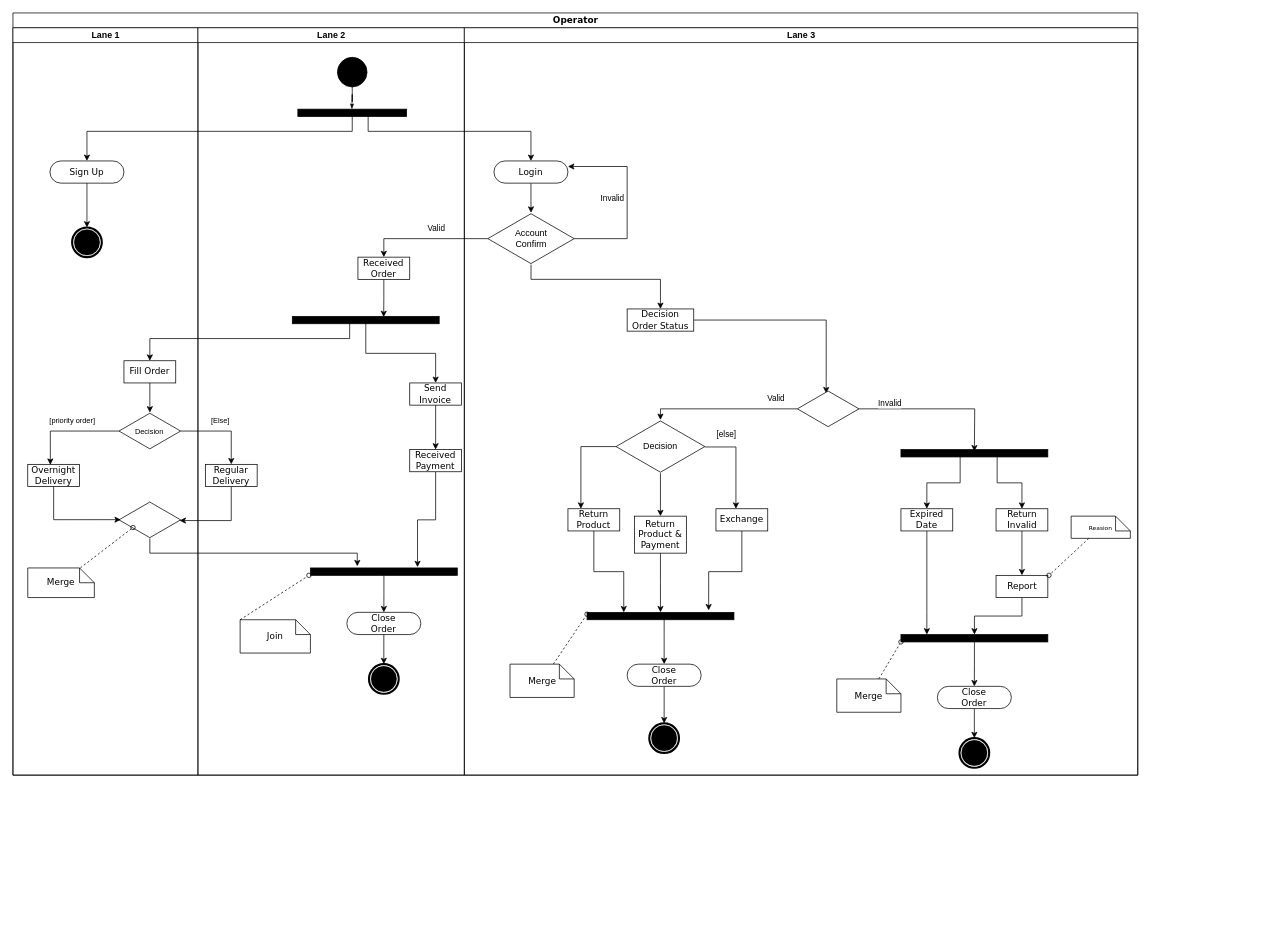
Before: uml/Operator.drawio in AndyFCui/OnlineShop-Database, a draw.io diagram. Source tidied: cells renumbered, new cells numbered last; positions are measured from the earlier drawing's top-left corner, leaving out a move shared by most shapes. Both pictures are drawn from the tidied source at 74%, with x=0, y=0 at pixel (13, 13).
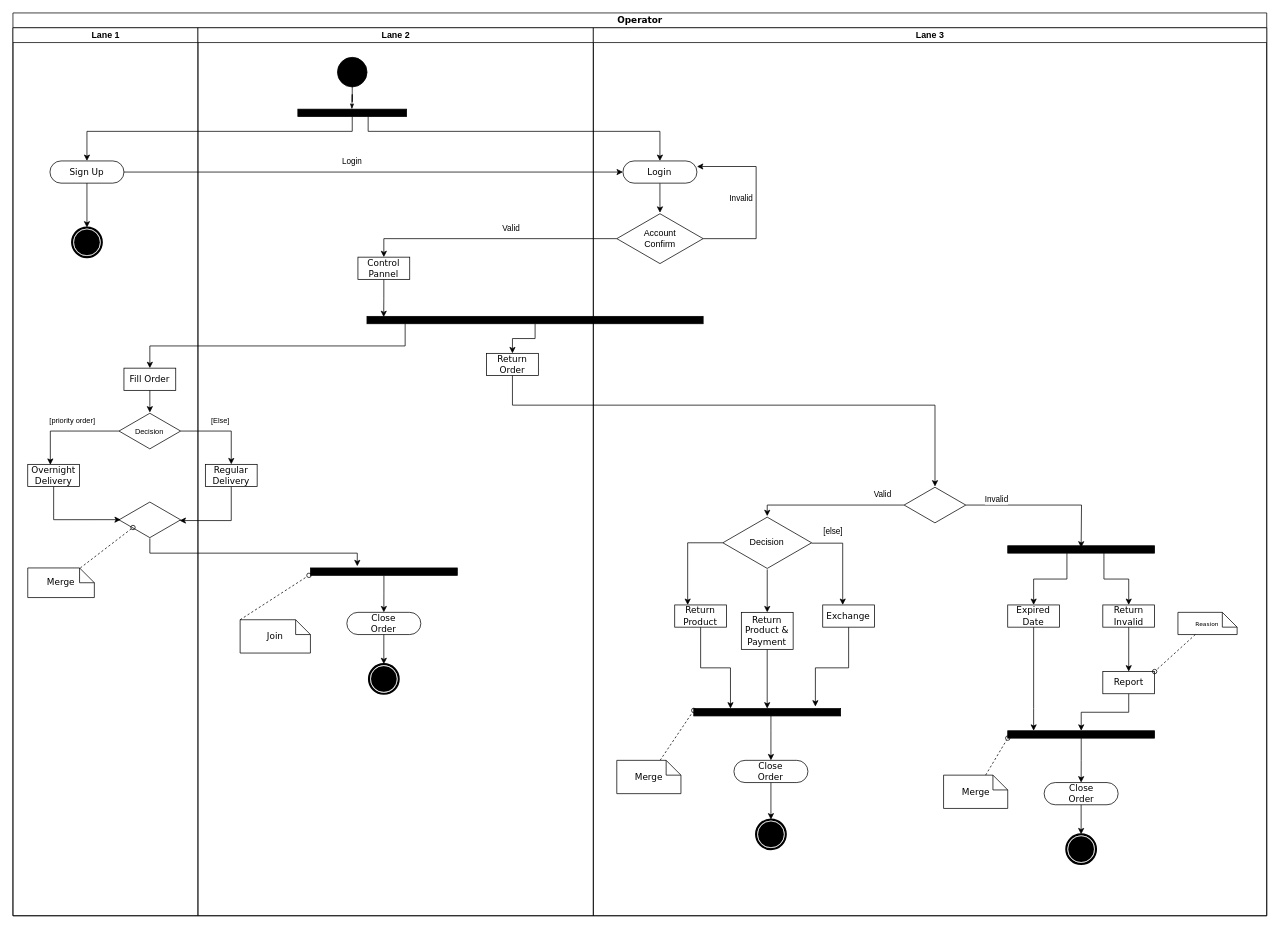
After the change.

Unchanged cells that the change refers to:
```xml
<mxCell id="4" value="Sign Up" style="rounded=1;whiteSpace=wrap;html=1;shadow=0;comic=0;labelBackgroundColor=none;strokeWidth=1;fontFamily=Verdana;fontSize=12;align=center;arcSize=50;" parent="3" vertex="1">
  <mxGeometry x="50" y="180" width="100" height="30" as="geometry" />
</mxCell>
<mxCell id="11" style="whiteSpace=wrap;html=1;rounded=0;shadow=0;comic=0;labelBackgroundColor=none;strokeWidth=1;fillColor=#000000;fontFamily=Verdana;fontSize=12;align=center;rotation=0;" parent="8" vertex="1">
  <mxGeometry x="135" y="110" width="147" height="10" as="geometry" />
</mxCell>
<mxCell id="13" value="Decision" style="html=1;whiteSpace=wrap;shape=isoRectangle;fontSize=10;" parent="8" vertex="1">
  <mxGeometry x="-106.7" y="520" width="83.3" height="50" as="geometry" />
</mxCell>
<mxCell id="28" style="whiteSpace=wrap;html=1;rounded=0;shadow=0;comic=0;labelBackgroundColor=none;strokeWidth=1;fillColor=#000000;fontFamily=Verdana;fontSize=12;align=center;rotation=0;" parent="8" vertex="1">
  <mxGeometry x="152" y="730" width="198.5" height="10" as="geometry" />
</mxCell>
<mxCell id="46" value="Login" style="rounded=1;whiteSpace=wrap;html=1;shadow=0;comic=0;labelBackgroundColor=none;strokeWidth=1;fontFamily=Verdana;fontSize=12;align=center;arcSize=50;" parent="44" vertex="1">
  <mxGeometry x="40" y="180" width="100" height="30" as="geometry" />
</mxCell>
<mxCell id="49" value="Account&lt;br&gt;Confirm" style="html=1;whiteSpace=wrap;shape=isoRectangle;" parent="44" vertex="1">
  <mxGeometry x="31.7" y="250" width="116.7" height="70" as="geometry" />
</mxCell>
```

The edit, as a diff of the source:
```diff
@@
     <mxCell id="2" value="Operator" style="swimlane;html=1;startSize=20;rounded=0;shadow=0;comic=0;labelBackgroundColor=none;strokeWidth=1;fontFamily=Verdana;fontSize=12;align=center;" parent="1" vertex="1">
-      <mxGeometry width="1520" height="1030" as="geometry" />
+      <mxGeometry width="1694.3" height="1220" as="geometry" />
     </mxCell>
     <mxCell id="3" value="Lane 1" style="swimlane;html=1;startSize=20;" parent="2" vertex="1">
-      <mxGeometry y="20" width="250" height="1010" as="geometry" />
+      <mxGeometry y="20" width="250" height="1200" as="geometry" />
     </mxCell>
@@
+    <mxCell id="12" value="Fill Order" style="rounded=0;whiteSpace=wrap;html=1;shadow=0;comic=0;labelBackgroundColor=none;strokeWidth=1;fontFamily=Verdana;fontSize=12;align=center;arcSize=50;" parent="3" vertex="1">
+      <mxGeometry x="150" y="460" width="70" height="30" as="geometry" />
+    </mxCell>
     <mxCell id="8" value="Lane 2" style="swimlane;html=1;startSize=20;" parent="2" vertex="1">
-      <mxGeometry x="250" y="20" width="360" height="1010" as="geometry" />
+      <mxGeometry x="250" y="20" width="534.3" height="1200" as="geometry" />
     </mxCell>
@@
-    <mxCell id="12" value="Fill Order" style="rounded=0;whiteSpace=wrap;html=1;shadow=0;comic=0;labelBackgroundColor=none;strokeWidth=1;fontFamily=Verdana;fontSize=12;align=center;arcSize=50;" parent="8" vertex="1">
-      <mxGeometry x="-100" y="450" width="70" height="30" as="geometry" />
-    </mxCell>
@@
-    <mxCell id="14" style="edgeStyle=orthogonalEdgeStyle;rounded=0;jettySize=auto;html=1;fontSize=10;endArrow=classic;endFill=1;" parent="8" edge="1" source="12" target="13">
-      <mxGeometry relative="1" as="geometry" />
-    </mxCell>
@@
-    <mxCell id="25" style="edgeStyle=orthogonalEdgeStyle;rounded=0;jettySize=auto;html=1;entryX=0.5;entryY=0;entryDx=0;entryDy=0;" parent="8" edge="1" source="26" target="27">
-      <mxGeometry relative="1" as="geometry" />
-    </mxCell>
-    <mxCell id="26" style="whiteSpace=wrap;html=1;rounded=0;shadow=0;comic=0;labelBackgroundColor=none;strokeWidth=1;fillColor=#000000;fontFamily=Verdana;fontSize=12;align=center;rotation=0;" parent="8" vertex="1">
-      <mxGeometry x="127.5" y="390" width="198.5" height="10" as="geometry" />
-    </mxCell>
-    <mxCell id="27" value="Send Invoice" style="rounded=0;whiteSpace=wrap;html=1;shadow=0;comic=0;labelBackgroundColor=none;strokeWidth=1;fontFamily=Verdana;fontSize=12;align=center;arcSize=50;" parent="8" vertex="1">
-      <mxGeometry x="286.2" y="480" width="70" height="30" as="geometry" />
-    </mxCell>
@@
-    <mxCell id="29" style="edgeStyle=orthogonalEdgeStyle;rounded=0;jettySize=auto;html=1;entryX=0.729;entryY=-0.112;entryDx=0;entryDy=0;entryPerimeter=0;fontSize=10;endArrow=classic;endFill=1;" parent="8" edge="1" source="30" target="28">
-      <mxGeometry relative="1" as="geometry" />
-    </mxCell>
-    <mxCell id="30" value="Received&lt;br&gt;Payment" style="rounded=0;whiteSpace=wrap;html=1;shadow=0;comic=0;labelBackgroundColor=none;strokeWidth=1;fontFamily=Verdana;fontSize=12;align=center;arcSize=50;" parent="8" vertex="1">
-      <mxGeometry x="286.2" y="570" width="70" height="30" as="geometry" />
-    </mxCell>
-    <mxCell id="31" style="edgeStyle=orthogonalEdgeStyle;rounded=0;jettySize=auto;html=1;entryX=0.5;entryY=0;entryDx=0;entryDy=0;fontSize=10;endArrow=classic;endFill=1;" parent="8" edge="1" source="26" target="12">
-      <mxGeometry relative="1" as="geometry">
-        <Array as="points">
-          <mxPoint x="205" y="420" />
-          <mxPoint x="-65" y="420" />
-        </Array>
-      </mxGeometry>
-    </mxCell>
@@
-    <mxCell id="33" style="edgeStyle=orthogonalEdgeStyle;rounded=0;jettySize=auto;html=1;entryX=0.5;entryY=0;entryDx=0;entryDy=0;fontSize=10;endArrow=classic;endFill=1;" parent="8" edge="1" source="27" target="30">
-      <mxGeometry relative="1" as="geometry" />
-    </mxCell>
@@
-    <mxCell id="35" style="edgeStyle=orthogonalEdgeStyle;rounded=0;jettySize=auto;html=1;entryX=0.622;entryY=0.1;entryDx=0;entryDy=0;entryPerimeter=0;" parent="8" edge="1" source="36" target="26">
-      <mxGeometry relative="1" as="geometry" />
+    <mxCell id="35" style="edgeStyle=orthogonalEdgeStyle;rounded=0;jettySize=auto;html=1;entryX=0.622;entryY=0.1;entryDx=0;entryDy=0;entryPerimeter=0;" parent="8" edge="1" source="36">
+      <mxGeometry relative="1" as="geometry">
+        <mxPoint x="251" y="391" as="targetPoint" />
+      </mxGeometry>
     </mxCell>
-    <mxCell id="36" value="Received&lt;br&gt;Order" style="rounded=0;whiteSpace=wrap;html=1;shadow=0;comic=0;labelBackgroundColor=none;strokeWidth=1;fontFamily=Verdana;fontSize=12;align=center;arcSize=50;" parent="8" vertex="1">
+    <mxCell id="36" value="Control Pannel" style="rounded=0;whiteSpace=wrap;html=1;shadow=0;comic=0;labelBackgroundColor=none;strokeWidth=1;fontFamily=Verdana;fontSize=12;align=center;arcSize=50;" parent="8" vertex="1">
       <mxGeometry x="216.2" y="310" width="70" height="30" as="geometry" />
     </mxCell>
@@
+    <mxCell id="93" value="Return Order" style="rounded=0;whiteSpace=wrap;html=1;shadow=0;comic=0;labelBackgroundColor=none;strokeWidth=1;fontFamily=Verdana;fontSize=12;align=center;arcSize=50;" parent="8" vertex="1">
+      <mxGeometry x="390" y="440" width="70" height="30" as="geometry" />
+    </mxCell>
     <mxCell id="39" style="edgeStyle=orthogonalEdgeStyle;rounded=0;jettySize=auto;html=1;entryX=0.5;entryY=0;entryDx=0;entryDy=0;" parent="2" edge="1" source="11" target="46">
       <mxGeometry relative="1" as="geometry">
         <Array as="points">
           <mxPoint x="480" y="160" />
-          <mxPoint x="700" y="160" />
+          <mxPoint x="874" y="160" />
         </Array>
       </mxGeometry>
     </mxCell>
@@
+    <mxCell id="94" style="edgeStyle=orthogonalEdgeStyle;rounded=0;jettySize=auto;html=1;entryX=0;entryY=0.5;entryDx=0;entryDy=0;" parent="2" edge="1" source="4" target="46">
+      <mxGeometry relative="1" as="geometry" />
+    </mxCell>
+    <mxCell id="95" value="Login" style="edgeLabel;html=1;align=center;verticalAlign=middle;" parent="94" vertex="1">
+      <mxGeometry x="-0.11" y="3" relative="1" as="geometry">
+        <mxPoint x="7" y="-12" as="offset" />
+      </mxGeometry>
+    </mxCell>
     <mxCell id="44" value="Lane 3" style="swimlane;html=1;startSize=20;" parent="2" vertex="1">
-      <mxGeometry x="610" y="20" width="910" height="1010" as="geometry" />
+      <mxGeometry x="784.3" y="20" width="910" height="1200" as="geometry" />
     </mxCell>
@@
-    <mxCell id="48" style="edgeStyle=orthogonalEdgeStyle;rounded=0;jettySize=auto;html=1;" parent="44" edge="1" source="49" target="51">
-      <mxGeometry relative="1" as="geometry">
-        <Array as="points">
-          <mxPoint x="90" y="340" />
-          <mxPoint x="265" y="340" />
-        </Array>
-      </mxGeometry>
-    </mxCell>
@@
-    <mxCell id="50" style="edgeStyle=orthogonalEdgeStyle;rounded=0;jettySize=auto;html=1;entryX=0.468;entryY=0.08;entryDx=0;entryDy=0;entryPerimeter=0;" parent="44" edge="1" source="51" target="54">
-      <mxGeometry relative="1" as="geometry" />
-    </mxCell>
-    <mxCell id="51" value="Decision&lt;br&gt;Order Status" style="rounded=0;whiteSpace=wrap;html=1;shadow=0;comic=0;labelBackgroundColor=none;strokeWidth=1;fontFamily=Verdana;fontSize=12;align=center;arcSize=50;" parent="44" vertex="1">
-      <mxGeometry x="220" y="380" width="90" height="30" as="geometry" />
-    </mxCell>
     <mxCell id="52" style="edgeStyle=orthogonalEdgeStyle;rounded=0;jettySize=auto;html=1;" parent="44" edge="1" source="54" target="88">
       <mxGeometry relative="1" as="geometry">
         <Array as="points">
-          <mxPoint x="265" y="515" />
+          <mxPoint x="235" y="645" />
         </Array>
       </mxGeometry>
     </mxCell>
@@
     <mxCell id="54" style="html=1;whiteSpace=wrap;shape=isoRectangle;fontSize=10;" parent="44" vertex="1">
-      <mxGeometry x="450" y="490" width="83.3" height="50" as="geometry" />
+      <mxGeometry x="420" y="620" width="83.3" height="50" as="geometry" />
     </mxCell>
@@
     <mxCell id="56" value="Return Invalid" style="rounded=0;whiteSpace=wrap;html=1;shadow=0;comic=0;labelBackgroundColor=none;strokeWidth=1;fontFamily=Verdana;fontSize=12;align=center;arcSize=50;" parent="44" vertex="1">
-      <mxGeometry x="718.5" y="650" width="70" height="30" as="geometry" />
+      <mxGeometry x="688.5" y="780" width="70" height="30" as="geometry" />
     </mxCell>
     <mxCell id="57" style="edgeStyle=orthogonalEdgeStyle;rounded=0;jettySize=auto;html=1;entryX=0.5;entryY=0;entryDx=0;entryDy=0;" parent="44" edge="1" source="59" target="61">
       <mxGeometry relative="1" as="geometry">
         <Array as="points">
-          <mxPoint x="670" y="615" />
-          <mxPoint x="625" y="615" />
+          <mxPoint x="640" y="745" />
+          <mxPoint x="595" y="745" />
         </Array>
       </mxGeometry>
     </mxCell>
     <mxCell id="58" style="edgeStyle=orthogonalEdgeStyle;rounded=0;jettySize=auto;html=1;entryX=0.5;entryY=0;entryDx=0;entryDy=0;" parent="44" edge="1" source="59" target="56">
       <mxGeometry relative="1" as="geometry">
         <Array as="points">
-          <mxPoint x="720" y="615" />
-          <mxPoint x="754" y="615" />
+          <mxPoint x="690" y="745" />
+          <mxPoint x="724" y="745" />
         </Array>
       </mxGeometry>
     </mxCell>
     <mxCell id="59" style="whiteSpace=wrap;html=1;rounded=0;shadow=0;comic=0;labelBackgroundColor=none;strokeWidth=1;fillColor=#000000;fontFamily=Verdana;fontSize=12;align=center;rotation=0;" parent="44" vertex="1">
-      <mxGeometry x="590" y="570" width="198.5" height="10" as="geometry" />
+      <mxGeometry x="560" y="700" width="198.5" height="10" as="geometry" />
     </mxCell>
     <mxCell id="60" style="edgeStyle=orthogonalEdgeStyle;rounded=0;jettySize=auto;html=1;endArrow=classic;endFill=1;" parent="44" edge="1" source="61" target="80">
       <mxGeometry relative="1" as="geometry">
         <Array as="points">
-          <mxPoint x="625" y="790" />
-          <mxPoint x="625" y="790" />
+          <mxPoint x="595" y="920" />
+          <mxPoint x="595" y="920" />
         </Array>
       </mxGeometry>
     </mxCell>
     <mxCell id="61" value="Expired Date" style="rounded=0;whiteSpace=wrap;html=1;shadow=0;comic=0;labelBackgroundColor=none;strokeWidth=1;fontFamily=Verdana;fontSize=12;align=center;arcSize=50;" parent="44" vertex="1">
-      <mxGeometry x="590" y="650" width="70" height="30" as="geometry" />
+      <mxGeometry x="560" y="780" width="70" height="30" as="geometry" />
     </mxCell>
@@
     <mxCell id="63" value="Report" style="rounded=0;whiteSpace=wrap;html=1;shadow=0;comic=0;labelBackgroundColor=none;strokeWidth=1;fontFamily=Verdana;fontSize=12;align=center;arcSize=50;" parent="44" vertex="1">
-      <mxGeometry x="718.5" y="740" width="70" height="30" as="geometry" />
+      <mxGeometry x="688.5" y="870" width="70" height="30" as="geometry" />
     </mxCell>
@@
     <mxCell id="65" value="Return Product" style="rounded=0;whiteSpace=wrap;html=1;shadow=0;comic=0;labelBackgroundColor=none;strokeWidth=1;fontFamily=Verdana;fontSize=12;align=center;arcSize=50;" parent="44" vertex="1">
-      <mxGeometry x="140" y="650" width="70" height="30" as="geometry" />
+      <mxGeometry x="110" y="780" width="70" height="30" as="geometry" />
     </mxCell>
     <mxCell id="66" style="edgeStyle=orthogonalEdgeStyle;rounded=0;jettySize=auto;html=1;entryX=0.5;entryY=0;entryDx=0;entryDy=0;" parent="44" edge="1" source="54">
       <mxGeometry relative="1" as="geometry">
-        <mxPoint x="689.2" y="572.5" as="targetPoint" />
+        <mxPoint x="659.2" y="702.5" as="targetPoint" />
       </mxGeometry>
     </mxCell>
@@
     <mxCell id="69" value="Return Product &amp;amp; Payment" style="rounded=0;whiteSpace=wrap;html=1;shadow=0;comic=0;labelBackgroundColor=none;strokeWidth=1;fontFamily=Verdana;fontSize=12;align=center;arcSize=50;" parent="44" vertex="1">
-      <mxGeometry x="230" y="660" width="70" height="50" as="geometry" />
+      <mxGeometry x="200" y="790" width="70" height="50" as="geometry" />
     </mxCell>
@@
     <mxCell id="71" value="Exchange" style="rounded=0;whiteSpace=wrap;html=1;shadow=0;comic=0;labelBackgroundColor=none;strokeWidth=1;fontFamily=Verdana;fontSize=12;align=center;arcSize=50;" parent="44" vertex="1">
-      <mxGeometry x="340" y="650" width="70" height="30" as="geometry" />
+      <mxGeometry x="310" y="780" width="70" height="30" as="geometry" />
     </mxCell>
     <mxCell id="72" style="edgeStyle=orthogonalEdgeStyle;rounded=0;jettySize=auto;html=1;entryX=0.5;entryY=0;entryDx=0;entryDy=0;endArrow=classic;endFill=1;" parent="44" edge="1" source="73" target="78">
       <mxGeometry relative="1" as="geometry">
         <Array as="points">
-          <mxPoint x="270" y="820" />
-          <mxPoint x="270" y="820" />
+          <mxPoint x="240" y="950" />
+          <mxPoint x="240" y="950" />
         </Array>
       </mxGeometry>
     </mxCell>
     <mxCell id="73" style="whiteSpace=wrap;html=1;rounded=0;shadow=0;comic=0;labelBackgroundColor=none;strokeWidth=1;fillColor=#000000;fontFamily=Verdana;fontSize=12;align=center;rotation=0;" parent="44" vertex="1">
-      <mxGeometry x="165.8" y="790" width="198.5" height="10" as="geometry" />
+      <mxGeometry x="135.7" y="920" width="198.5" height="10" as="geometry" />
     </mxCell>
@@
     <mxCell id="75" value="Merge" style="shape=note;whiteSpace=wrap;html=1;rounded=0;shadow=0;comic=0;labelBackgroundColor=none;strokeWidth=1;fontFamily=Verdana;fontSize=12;align=center;size=20;" parent="44" vertex="1">
-      <mxGeometry x="61.7" y="860" width="86.7" height="45" as="geometry" />
+      <mxGeometry x="31.7" y="990" width="86.7" height="45" as="geometry" />
     </mxCell>
     <mxCell id="76" style="shape=mxgraph.bpmn.shape;html=1;verticalLabelPosition=bottom;labelBackgroundColor=#ffffff;verticalAlign=top;perimeter=ellipsePerimeter;outline=end;symbol=terminate;rounded=0;shadow=0;comic=0;strokeWidth=1;fontFamily=Verdana;fontSize=12;align=center;" parent="44" vertex="1">
-      <mxGeometry x="250" y="940" width="40" height="40" as="geometry" />
+      <mxGeometry x="220" y="1070" width="40" height="40" as="geometry" />
     </mxCell>
@@
     <mxCell id="78" value="Close&lt;br&gt;Order" style="rounded=1;whiteSpace=wrap;html=1;shadow=0;comic=0;labelBackgroundColor=none;strokeWidth=1;fontFamily=Verdana;fontSize=12;align=center;arcSize=50;" parent="44" vertex="1">
-      <mxGeometry x="220" y="860" width="100" height="30" as="geometry" />
+      <mxGeometry x="190" y="990" width="100" height="30" as="geometry" />
     </mxCell>
@@
     <mxCell id="80" style="whiteSpace=wrap;html=1;rounded=0;shadow=0;comic=0;labelBackgroundColor=none;strokeWidth=1;fillColor=#000000;fontFamily=Verdana;fontSize=12;align=center;rotation=0;" parent="44" vertex="1">
-      <mxGeometry x="590" y="820" width="198.5" height="10" as="geometry" />
+      <mxGeometry x="560" y="950" width="198.5" height="10" as="geometry" />
     </mxCell>
@@
     <mxCell id="82" value="Merge" style="shape=note;whiteSpace=wrap;html=1;rounded=0;shadow=0;comic=0;labelBackgroundColor=none;strokeWidth=1;fontFamily=Verdana;fontSize=12;align=center;size=20;" parent="44" vertex="1">
-      <mxGeometry x="503.3" y="880" width="86.7" height="45" as="geometry" />
+      <mxGeometry x="473.3" y="1010" width="86.7" height="45" as="geometry" />
     </mxCell>
@@
     <mxCell id="84" value="Close&lt;br&gt;Order" style="rounded=1;whiteSpace=wrap;html=1;shadow=0;comic=0;labelBackgroundColor=none;strokeWidth=1;fontFamily=Verdana;fontSize=12;align=center;arcSize=50;" parent="44" vertex="1">
-      <mxGeometry x="639.2" y="890" width="100" height="30" as="geometry" />
+      <mxGeometry x="609.2" y="1020" width="100" height="30" as="geometry" />
     </mxCell>
     <mxCell id="85" style="shape=mxgraph.bpmn.shape;html=1;verticalLabelPosition=bottom;labelBackgroundColor=#ffffff;verticalAlign=top;perimeter=ellipsePerimeter;outline=end;symbol=terminate;rounded=0;shadow=0;comic=0;strokeWidth=1;fontFamily=Verdana;fontSize=12;align=center;" parent="44" vertex="1">
-      <mxGeometry x="669.2" y="960" width="40" height="40" as="geometry" />
+      <mxGeometry x="639.2" y="1090" width="40" height="40" as="geometry" />
     </mxCell>
@@
     <mxCell id="87" style="edgeStyle=orthogonalEdgeStyle;rounded=0;jettySize=auto;html=1;entryX=0.25;entryY=0;entryDx=0;entryDy=0;" parent="44" edge="1" source="88" target="65">
       <mxGeometry relative="1" as="geometry">
         <Array as="points">
-          <mxPoint x="158" y="566" />
+          <mxPoint x="128" y="696" />
         </Array>
       </mxGeometry>
     </mxCell>
     <mxCell id="88" value="Decision" style="html=1;whiteSpace=wrap;shape=isoRectangle;" parent="44" vertex="1">
-      <mxGeometry x="205" y="530" width="120" height="72" as="geometry" />
+      <mxGeometry x="175" y="660" width="120" height="72" as="geometry" />
     </mxCell>
     <mxCell id="89" style="edgeStyle=orthogonalEdgeStyle;rounded=0;orthogonalLoop=1;jettySize=auto;html=1;entryX=0.386;entryY=-0.017;entryDx=0;entryDy=0;entryPerimeter=0;" parent="44" edge="1">
       <mxGeometry relative="1" as="geometry">
-        <mxPoint x="325" y="566.5" as="sourcePoint" />
-        <mxPoint x="367" y="650" as="targetPoint" />
+        <mxPoint x="295" y="696.5" as="sourcePoint" />
+        <mxPoint x="337" y="780" as="targetPoint" />
         <Array as="points">
-          <mxPoint x="367" y="566.5" />
+          <mxPoint x="337" y="696.5" />
         </Array>
       </mxGeometry>
     </mxCell>
@@
     <mxCell id="91" value="&lt;font style=&quot;font-size: 8px;&quot;&gt;Reasion&lt;/font&gt;" style="shape=note;whiteSpace=wrap;html=1;rounded=0;shadow=0;comic=0;labelBackgroundColor=none;strokeWidth=1;fontFamily=Verdana;fontSize=12;align=center;size=20;" parent="44" vertex="1">
-      <mxGeometry x="820" y="660" width="80" height="30" as="geometry" />
+      <mxGeometry x="790" y="790" width="80" height="30" as="geometry" />
     </mxCell>
+    <mxCell id="96" style="whiteSpace=wrap;html=1;rounded=0;shadow=0;comic=0;labelBackgroundColor=none;strokeWidth=1;fillColor=#000000;fontFamily=Verdana;fontSize=12;align=center;rotation=0;" parent="44" vertex="1">
+      <mxGeometry x="-305.9" y="390" width="454.3" height="10" as="geometry" />
+    </mxCell>
-    <mxCell id="92" style="rounded=0;jettySize=auto;html=1;fontSize=8;endArrow=oval;endFill=0;dashed=1;" parent="1" edge="1" source="91">
-      <mxGeometry relative="1" as="geometry">
-        <mxPoint x="1400" y="760" as="targetPoint" />
-      </mxGeometry>
+    <mxCell id="92" style="rounded=0;jettySize=auto;html=1;fontSize=8;endArrow=oval;endFill=0;dashed=1;entryX=1;entryY=0;entryDx=0;entryDy=0;" parent="44" edge="1" source="91" target="63">
+      <mxGeometry relative="1" as="geometry" />
     </mxCell>
+    <mxCell id="14" style="edgeStyle=orthogonalEdgeStyle;rounded=0;jettySize=auto;html=1;fontSize=10;endArrow=classic;endFill=1;" parent="2" edge="1" source="12" target="13">
+      <mxGeometry relative="1" as="geometry" />
+    </mxCell>
+    <mxCell id="97" style="edgeStyle=orthogonalEdgeStyle;rounded=0;jettySize=auto;html=1;entryX=0.5;entryY=0;entryDx=0;entryDy=0;" parent="2" edge="1" source="96" target="12">
+      <mxGeometry relative="1" as="geometry">
+        <Array as="points">
+          <mxPoint x="530" y="450" />
+          <mxPoint x="185" y="450" />
+        </Array>
+      </mxGeometry>
+    </mxCell>
+    <mxCell id="98" style="edgeStyle=orthogonalEdgeStyle;rounded=0;jettySize=auto;html=1;entryX=0.5;entryY=0;entryDx=0;entryDy=0;" parent="2" edge="1" source="96" target="93">
+      <mxGeometry relative="1" as="geometry" />
+    </mxCell>
+    <mxCell id="99" style="edgeStyle=orthogonalEdgeStyle;rounded=0;jettySize=auto;html=1;" parent="2" edge="1" source="93" target="54">
+      <mxGeometry relative="1" as="geometry">
+        <Array as="points">
+          <mxPoint x="675" y="530" />
+          <mxPoint x="1246" y="530" />
+        </Array>
+      </mxGeometry>
+    </mxCell>
```
